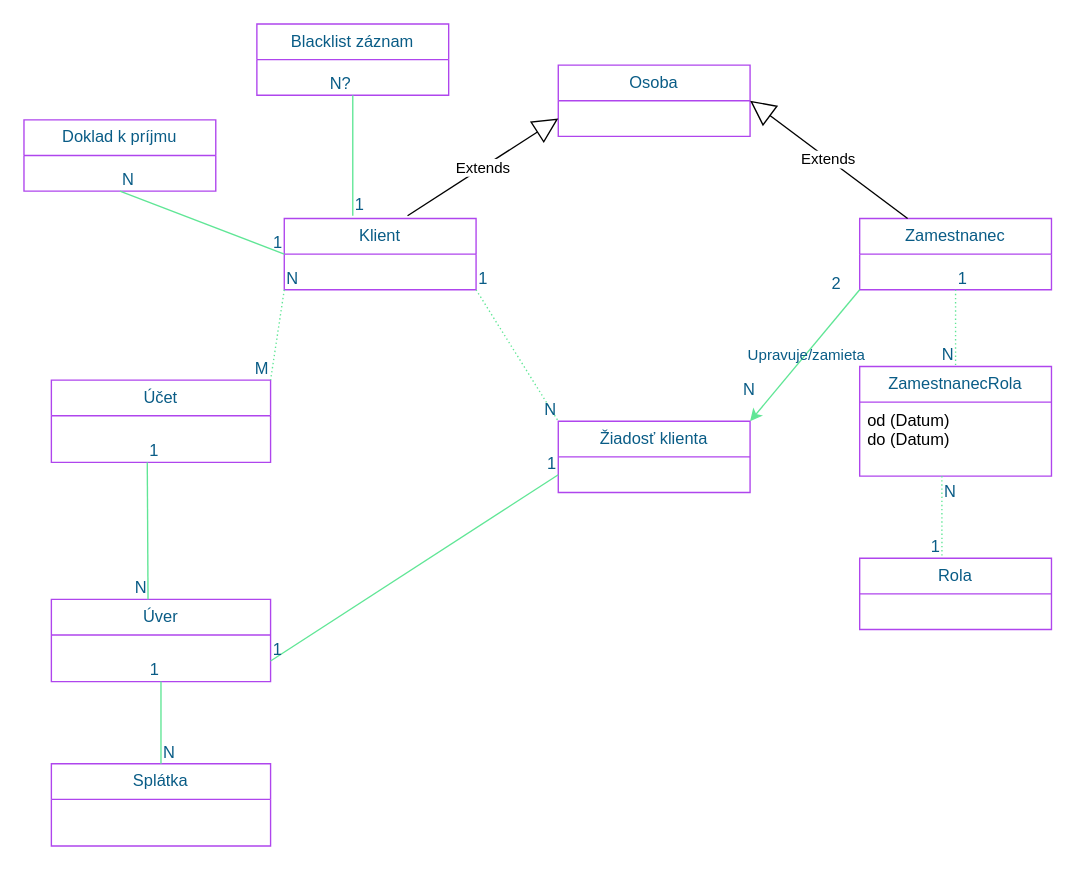
Above: UML/ClassDiagram.drawio in KubkoFrano/VyvojVelkychAplikacii (draw.io), before the change. Source tidied: cells renumbered, new cells numbered last; positions are measured from the earlier drawing's top-left corner, leaving out a move shared by most shapes. Both pictures are drawn from the tidied source at 137%, with x=0, y=0 at pixel (23, 23).
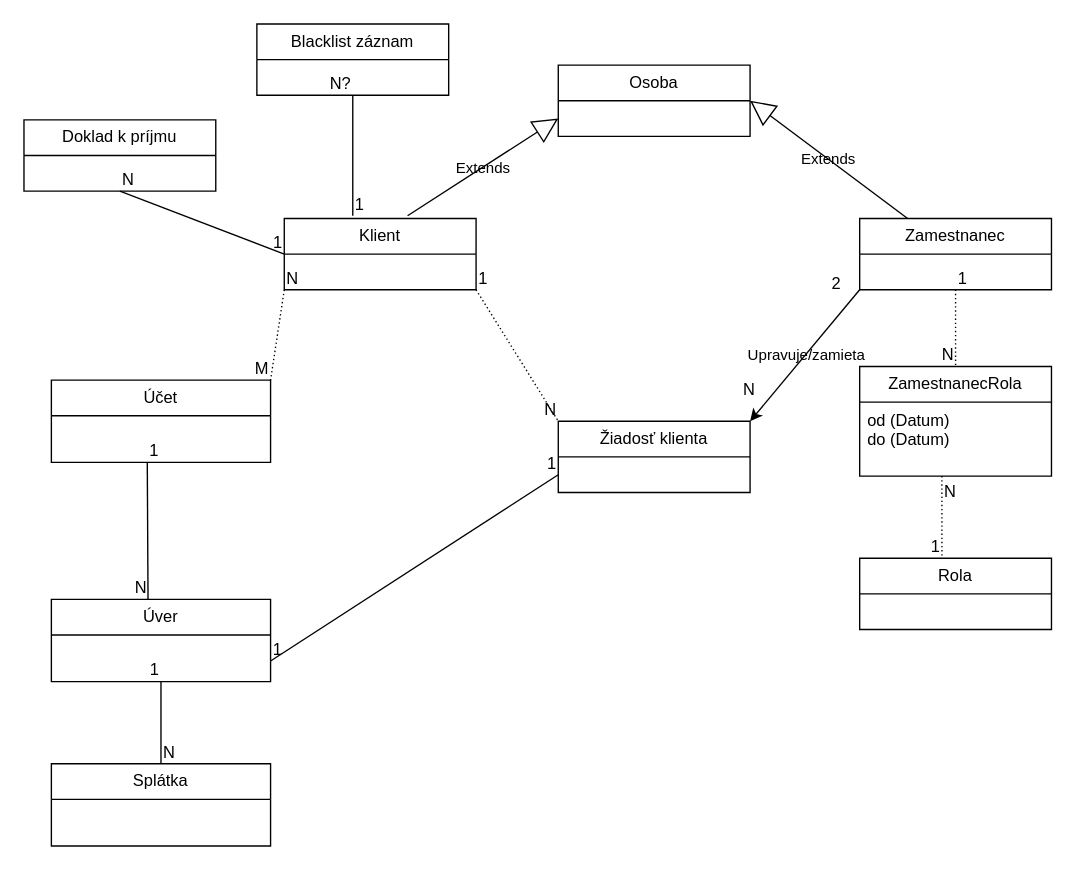
After the change.

Diff of the diagram source:
```diff
@@
-    <mxCell id="2" value="Klient" style="swimlane;fontStyle=0;horizontal=1;startSize=26;fillColor=none;whiteSpace=wrap;html=1;labelBackgroundColor=none;strokeColor=#AF45ED;fontColor=#095C86;" parent="1" vertex="1">
+    <mxCell id="2" value="Klient" style="swimlane;fontStyle=0;horizontal=1;startSize=26;fillColor=none;whiteSpace=wrap;html=1;labelBackgroundColor=none;" parent="1" vertex="1">
       <mxGeometry x="190" y="142" width="140" height="52" as="geometry" />
     </mxCell>
-    <mxCell id="3" value="Žiadosť klienta" style="swimlane;fontStyle=0;horizontal=1;startSize=26;fillColor=none;whiteSpace=wrap;html=1;labelBackgroundColor=none;strokeColor=#AF45ED;fontColor=#095C86;" parent="1" vertex="1">
+    <mxCell id="3" value="Žiadosť klienta" style="swimlane;fontStyle=0;horizontal=1;startSize=26;fillColor=none;whiteSpace=wrap;html=1;labelBackgroundColor=none;" parent="1" vertex="1">
       <mxGeometry x="390" y="290" width="140" height="52" as="geometry" />
     </mxCell>
-    <mxCell id="4" value="Doklad k príjmu" style="swimlane;fontStyle=0;horizontal=1;startSize=26;fillColor=none;whiteSpace=wrap;html=1;labelBackgroundColor=none;strokeColor=#AF45ED;fontColor=#095C86;" parent="1" vertex="1">
+    <mxCell id="4" value="Doklad k príjmu" style="swimlane;fontStyle=0;horizontal=1;startSize=26;fillColor=none;whiteSpace=wrap;html=1;labelBackgroundColor=none;" parent="1" vertex="1">
       <mxGeometry y="70" width="140" height="52" as="geometry" />
     </mxCell>
-    <mxCell id="5" value="Blacklist záznam" style="swimlane;fontStyle=0;horizontal=1;startSize=26;fillColor=none;whiteSpace=wrap;html=1;labelBackgroundColor=none;strokeColor=#AF45ED;fontColor=#095C86;" parent="1" vertex="1">
+    <mxCell id="5" value="Blacklist záznam" style="swimlane;fontStyle=0;horizontal=1;startSize=26;fillColor=none;whiteSpace=wrap;html=1;labelBackgroundColor=none;" parent="1" vertex="1">
       <mxGeometry x="170" width="140" height="52" as="geometry" />
     </mxCell>
-    <mxCell id="6" value="Zamestnanec" style="swimlane;fontStyle=0;horizontal=1;startSize=26;fillColor=none;whiteSpace=wrap;html=1;labelBackgroundColor=none;strokeColor=#AF45ED;fontColor=#095C86;" parent="1" vertex="1">
+    <mxCell id="6" value="Zamestnanec" style="swimlane;fontStyle=0;horizontal=1;startSize=26;fillColor=none;whiteSpace=wrap;html=1;labelBackgroundColor=none;" parent="1" vertex="1">
       <mxGeometry x="610" y="142" width="140" height="52" as="geometry" />
     </mxCell>
-    <mxCell id="7" value="Osoba" style="swimlane;fontStyle=0;horizontal=1;startSize=26;fillColor=none;whiteSpace=wrap;html=1;labelBackgroundColor=none;strokeColor=#AF45ED;fontColor=#095C86;" parent="1" vertex="1">
+    <mxCell id="7" value="Osoba" style="swimlane;fontStyle=0;horizontal=1;startSize=26;fillColor=none;whiteSpace=wrap;html=1;labelBackgroundColor=none;" parent="1" vertex="1">
       <mxGeometry x="390" y="30" width="140" height="52" as="geometry" />
     </mxCell>
-    <mxCell id="8" style="endArrow=none;html=1;rounded=0;dashed=1;dashPattern=1 2;entryX=0;entryY=0;entryDx=0;entryDy=0;exitX=1;exitY=1;exitDx=0;exitDy=0;labelBackgroundColor=none;strokeColor=#60E696;fontColor=default;" parent="1" edge="1" source="2" target="3">
+    <mxCell id="8" style="endArrow=none;html=1;rounded=0;dashed=1;dashPattern=1 2;entryX=0;entryY=0;entryDx=0;entryDy=0;exitX=1;exitY=1;exitDx=0;exitDy=0;labelBackgroundColor=none;fontColor=default;" parent="1" edge="1" source="2" target="3">
       <mxGeometry relative="1" as="geometry" />
     </mxCell>
-    <mxCell id="9" value="1" style="html=1;whiteSpace=wrap;align=left;verticalAlign=bottom;labelBackgroundColor=none;fillColor=#F694C1;strokeColor=#AF45ED;fontColor=#095C86;" parent="8" vertex="1">
+    <mxCell id="9" value="1" style="html=1;whiteSpace=wrap;align=left;verticalAlign=bottom;labelBackgroundColor=none;" parent="8" vertex="1">
       <mxGeometry x="-1" relative="1" as="geometry" />
     </mxCell>
-    <mxCell id="10" value="N" style="html=1;whiteSpace=wrap;align=right;verticalAlign=bottom;labelBackgroundColor=none;fillColor=#F694C1;strokeColor=#AF45ED;fontColor=#095C86;" parent="8" vertex="1">
+    <mxCell id="10" value="N" style="html=1;whiteSpace=wrap;align=right;verticalAlign=bottom;labelBackgroundColor=none;" parent="8" vertex="1">
       <mxGeometry x="1" relative="1" as="geometry" />
     </mxCell>
-    <mxCell id="11" style="endArrow=classic;html=1;rounded=0;exitX=0;exitY=1;exitDx=0;exitDy=0;entryX=1;entryY=0;entryDx=0;entryDy=0;labelBackgroundColor=none;strokeColor=#60E696;fontColor=default;" parent="1" edge="1" source="6" target="3">
+    <mxCell id="11" style="endArrow=classic;html=1;rounded=0;exitX=0;exitY=1;exitDx=0;exitDy=0;entryX=1;entryY=0;entryDx=0;entryDy=0;labelBackgroundColor=none;fontColor=default;" parent="1" edge="1" source="6" target="3">
       <mxGeometry relative="1" as="geometry" />
     </mxCell>
-    <mxCell id="12" value="Upravuje/zamieta" style="edgeLabel;html=1;align=center;verticalAlign=middle;labelBackgroundColor=none;fontColor=#095C86;" parent="11" vertex="1">
+    <mxCell id="12" value="Upravuje/zamieta" style="edgeLabel;html=1;align=center;verticalAlign=middle;labelBackgroundColor=none;" parent="11" vertex="1">
       <mxGeometry relative="1" as="geometry" />
     </mxCell>
-    <mxCell id="13" value="Účet" style="swimlane;fontStyle=0;horizontal=1;startSize=26;fillColor=none;whiteSpace=wrap;html=1;labelBackgroundColor=none;strokeColor=#AF45ED;fontColor=#095C86;" parent="1" vertex="1">
+    <mxCell id="13" value="Účet" style="swimlane;fontStyle=0;horizontal=1;startSize=26;fillColor=none;whiteSpace=wrap;html=1;labelBackgroundColor=none;" parent="1" vertex="1">
       <mxGeometry x="20" y="260" width="160" height="60" as="geometry" />
     </mxCell>
-    <mxCell id="14" style="endArrow=none;html=1;rounded=0;dashed=1;dashPattern=1 2;entryX=1;entryY=0;entryDx=0;entryDy=0;exitX=0;exitY=1;exitDx=0;exitDy=0;labelBackgroundColor=none;strokeColor=#60E696;fontColor=default;" parent="1" edge="1" source="2" target="13">
+    <mxCell id="14" style="endArrow=none;html=1;rounded=0;dashed=1;dashPattern=1 2;entryX=1;entryY=0;entryDx=0;entryDy=0;exitX=0;exitY=1;exitDx=0;exitDy=0;labelBackgroundColor=none;fontColor=default;" parent="1" edge="1" source="2" target="13">
       <mxGeometry relative="1" as="geometry" />
     </mxCell>
-    <mxCell id="15" value="N" style="html=1;whiteSpace=wrap;align=left;verticalAlign=bottom;labelBackgroundColor=none;fillColor=#F694C1;strokeColor=#AF45ED;fontColor=#095C86;" parent="14" vertex="1">
+    <mxCell id="15" value="N" style="html=1;whiteSpace=wrap;align=left;verticalAlign=bottom;labelBackgroundColor=none;" parent="14" vertex="1">
       <mxGeometry x="-1" relative="1" as="geometry" />
     </mxCell>
-    <mxCell id="16" value="M" style="html=1;whiteSpace=wrap;align=right;verticalAlign=bottom;labelBackgroundColor=none;fillColor=#F694C1;strokeColor=#AF45ED;fontColor=#095C86;" parent="14" vertex="1">
+    <mxCell id="16" value="M" style="html=1;whiteSpace=wrap;align=right;verticalAlign=bottom;labelBackgroundColor=none;" parent="14" vertex="1">
       <mxGeometry x="1" relative="1" as="geometry" />
     </mxCell>
-    <mxCell id="17" value="Splátka" style="swimlane;fontStyle=0;horizontal=1;startSize=26;fillColor=none;whiteSpace=wrap;html=1;labelBackgroundColor=none;strokeColor=#AF45ED;fontColor=#095C86;" parent="1" vertex="1">
+    <mxCell id="17" value="Splátka" style="swimlane;fontStyle=0;horizontal=1;startSize=26;fillColor=none;whiteSpace=wrap;html=1;labelBackgroundColor=none;" parent="1" vertex="1">
       <mxGeometry x="20" y="540" width="160" height="60" as="geometry" />
     </mxCell>
-    <mxCell id="18" value="Úver" style="swimlane;fontStyle=0;horizontal=1;startSize=26;fillColor=none;whiteSpace=wrap;html=1;labelBackgroundColor=none;strokeColor=#AF45ED;fontColor=#095C86;" parent="1" vertex="1">
+    <mxCell id="18" value="Úver" style="swimlane;fontStyle=0;horizontal=1;startSize=26;fillColor=none;whiteSpace=wrap;html=1;labelBackgroundColor=none;" parent="1" vertex="1">
       <mxGeometry x="20" y="420" width="160" height="60" as="geometry" />
     </mxCell>
-    <mxCell id="19" value="Extends" style="endArrow=block;endSize=16;endFill=0;html=1;rounded=0;entryX=0;entryY=0.75;entryDx=0;entryDy=0;" parent="1" edge="1" target="7">
+    <mxCell id="19" value="Extends" style="endArrow=block;endSize=16;endFill=0;html=1;rounded=0;entryX=0;entryY=0.75;entryDx=0;entryDy=0;labelBackgroundColor=none;fontColor=default;" parent="1" edge="1" target="7">
       <mxGeometry relative="1" as="geometry">
         <mxPoint x="280" y="140" as="sourcePoint" />
       </mxGeometry>
     </mxCell>
-    <mxCell id="20" value="Extends" style="endArrow=block;endSize=16;endFill=0;html=1;rounded=0;entryX=1;entryY=0.5;entryDx=0;entryDy=0;exitX=0.25;exitY=0;exitDx=0;exitDy=0;" parent="1" edge="1" source="6" target="7">
+    <mxCell id="20" value="Extends" style="endArrow=block;endSize=16;endFill=0;html=1;rounded=0;entryX=1;entryY=0.5;entryDx=0;entryDy=0;exitX=0.25;exitY=0;exitDx=0;exitDy=0;labelBackgroundColor=none;fontColor=default;" parent="1" edge="1" source="6" target="7">
       <mxGeometry relative="1" as="geometry" />
     </mxCell>
-    <mxCell id="21" value="ZamestnanecRola" style="swimlane;fontStyle=0;horizontal=1;startSize=26;fillColor=none;whiteSpace=wrap;html=1;labelBackgroundColor=none;strokeColor=#AF45ED;fontColor=#095C86;" parent="1" vertex="1">
+    <mxCell id="21" value="ZamestnanecRola" style="swimlane;fontStyle=0;horizontal=1;startSize=26;fillColor=none;whiteSpace=wrap;html=1;labelBackgroundColor=none;" parent="1" vertex="1">
       <mxGeometry x="610" y="250" width="140" height="80" as="geometry" />
     </mxCell>
-    <mxCell id="22" value="&lt;div&gt;od (Datum)&lt;/div&gt;&lt;div&gt;do (Datum)&lt;/div&gt;" style="text;strokeColor=none;fillColor=none;align=left;verticalAlign=top;spacingLeft=4;spacingRight=4;overflow=hidden;whiteSpace=wrap;html=1;" parent="21" vertex="1">
+    <mxCell id="22" value="&lt;div&gt;od (Datum)&lt;/div&gt;&lt;div&gt;do (Datum)&lt;/div&gt;" style="text;strokeColor=none;fillColor=none;align=left;verticalAlign=top;spacingLeft=4;spacingRight=4;overflow=hidden;whiteSpace=wrap;html=1;labelBackgroundColor=none;" parent="21" vertex="1">
       <mxGeometry y="26" width="140" height="54" as="geometry" />
     </mxCell>
-    <mxCell id="23" value="Rola" style="swimlane;fontStyle=0;horizontal=1;startSize=26;fillColor=none;whiteSpace=wrap;html=1;labelBackgroundColor=none;strokeColor=#AF45ED;fontColor=#095C86;" parent="1" vertex="1">
+    <mxCell id="23" value="Rola" style="swimlane;fontStyle=0;horizontal=1;startSize=26;fillColor=none;whiteSpace=wrap;html=1;labelBackgroundColor=none;" parent="1" vertex="1">
       <mxGeometry x="610" y="390" width="140" height="52" as="geometry" />
     </mxCell>
-    <mxCell id="24" style="endArrow=none;html=1;rounded=0;dashed=1;dashPattern=1 2;labelBackgroundColor=none;strokeColor=#60E696;fontColor=default;entryX=0.429;entryY=0;entryDx=0;entryDy=0;entryPerimeter=0;" parent="1" edge="1" target="23">
+    <mxCell id="24" style="endArrow=none;html=1;rounded=0;dashed=1;dashPattern=1 2;labelBackgroundColor=none;fontColor=default;entryX=0.429;entryY=0;entryDx=0;entryDy=0;entryPerimeter=0;" parent="1" edge="1" target="23">
       <mxGeometry relative="1" as="geometry">
         <mxPoint x="670" y="330" as="sourcePoint" />
       </mxGeometry>
     </mxCell>
-    <mxCell id="25" value="N" style="html=1;whiteSpace=wrap;align=left;verticalAlign=bottom;labelBackgroundColor=none;fillColor=#F694C1;strokeColor=#AF45ED;fontColor=#095C86;" parent="24" vertex="1">
+    <mxCell id="25" value="N" style="html=1;whiteSpace=wrap;align=left;verticalAlign=bottom;labelBackgroundColor=none;" parent="24" vertex="1">
       <mxGeometry x="-1" relative="1" as="geometry">
         <mxPoint y="20" as="offset" />
       </mxGeometry>
     </mxCell>
-    <mxCell id="26" value="1" style="html=1;whiteSpace=wrap;align=right;verticalAlign=bottom;labelBackgroundColor=none;fillColor=#F694C1;strokeColor=#AF45ED;fontColor=#095C86;" parent="24" vertex="1">
+    <mxCell id="26" value="1" style="html=1;whiteSpace=wrap;align=right;verticalAlign=bottom;labelBackgroundColor=none;" parent="24" vertex="1">
       <mxGeometry x="1" relative="1" as="geometry" />
     </mxCell>
-    <mxCell id="27" style="endArrow=none;html=1;rounded=0;dashed=1;dashPattern=1 2;exitX=0.5;exitY=1;exitDx=0;exitDy=0;labelBackgroundColor=none;strokeColor=#60E696;fontColor=default;entryX=0.5;entryY=0;entryDx=0;entryDy=0;" parent="1" edge="1" source="6" target="21">
+    <mxCell id="27" style="endArrow=none;html=1;rounded=0;dashed=1;dashPattern=1 2;exitX=0.5;exitY=1;exitDx=0;exitDy=0;labelBackgroundColor=none;fontColor=default;entryX=0.5;entryY=0;entryDx=0;entryDy=0;" parent="1" edge="1" source="6" target="21">
       <mxGeometry relative="1" as="geometry" />
     </mxCell>
-    <mxCell id="28" value="1" style="html=1;whiteSpace=wrap;align=left;verticalAlign=bottom;labelBackgroundColor=none;fillColor=#F694C1;strokeColor=#AF45ED;fontColor=#095C86;" parent="27" vertex="1">
+    <mxCell id="28" value="1" style="html=1;whiteSpace=wrap;align=left;verticalAlign=bottom;labelBackgroundColor=none;" parent="27" vertex="1">
       <mxGeometry x="-1" relative="1" as="geometry" />
     </mxCell>
-    <mxCell id="29" value="N" style="html=1;whiteSpace=wrap;align=right;verticalAlign=bottom;labelBackgroundColor=none;fillColor=#F694C1;strokeColor=#AF45ED;fontColor=#095C86;" parent="27" vertex="1">
+    <mxCell id="29" value="N" style="html=1;whiteSpace=wrap;align=right;verticalAlign=bottom;labelBackgroundColor=none;" parent="27" vertex="1">
       <mxGeometry x="1" relative="1" as="geometry" />
     </mxCell>
-    <mxCell id="30" value="2" style="html=1;whiteSpace=wrap;align=left;verticalAlign=bottom;labelBackgroundColor=none;fillColor=#F694C1;strokeColor=#AF45ED;fontColor=#095C86;" parent="1" vertex="1">
+    <mxCell id="30" value="2" style="html=1;whiteSpace=wrap;align=left;verticalAlign=bottom;labelBackgroundColor=none;" parent="1" vertex="1">
       <mxGeometry x="590" y="194" as="geometry">
         <mxPoint x="-2" y="4" as="offset" />
       </mxGeometry>
     </mxCell>
-    <mxCell id="31" value="N" style="html=1;whiteSpace=wrap;align=right;verticalAlign=bottom;labelBackgroundColor=none;fillColor=#F694C1;strokeColor=#AF45ED;fontColor=#095C86;" parent="1" vertex="1">
+    <mxCell id="31" value="N" style="html=1;whiteSpace=wrap;align=right;verticalAlign=bottom;labelBackgroundColor=none;" parent="1" vertex="1">
       <mxGeometry x="490" y="250" as="geometry">
         <mxPoint x="45" y="25" as="offset" />
       </mxGeometry>
     </mxCell>
-    <mxCell id="32" style="endArrow=none;html=1;rounded=0;entryX=0;entryY=0.5;entryDx=0;entryDy=0;exitX=0.5;exitY=1;exitDx=0;exitDy=0;labelBackgroundColor=none;strokeColor=#60E696;fontColor=default;" parent="1" edge="1" source="4" target="2">
+    <mxCell id="32" style="endArrow=none;html=1;rounded=0;entryX=0;entryY=0.5;entryDx=0;entryDy=0;exitX=0.5;exitY=1;exitDx=0;exitDy=0;labelBackgroundColor=none;fontColor=default;" parent="1" edge="1" source="4" target="2">
       <mxGeometry relative="1" as="geometry" />
     </mxCell>
-    <mxCell id="33" value="N" style="html=1;whiteSpace=wrap;align=left;verticalAlign=bottom;labelBackgroundColor=none;fillColor=#F694C1;strokeColor=#AF45ED;fontColor=#095C86;" parent="32" vertex="1">
+    <mxCell id="33" value="N" style="html=1;whiteSpace=wrap;align=left;verticalAlign=bottom;labelBackgroundColor=none;" parent="32" vertex="1">
       <mxGeometry x="-1" relative="1" as="geometry" />
     </mxCell>
-    <mxCell id="34" value="1" style="html=1;whiteSpace=wrap;align=right;verticalAlign=bottom;labelBackgroundColor=none;fillColor=#F694C1;strokeColor=#AF45ED;fontColor=#095C86;" parent="32" vertex="1">
+    <mxCell id="34" value="1" style="html=1;whiteSpace=wrap;align=right;verticalAlign=bottom;labelBackgroundColor=none;" parent="32" vertex="1">
       <mxGeometry x="1" relative="1" as="geometry" />
     </mxCell>
-    <mxCell id="35" style="endArrow=none;html=1;rounded=0;entryX=0.441;entryY=0;entryDx=0;entryDy=0;labelBackgroundColor=none;strokeColor=#60E696;fontColor=default;entryPerimeter=0;" parent="1" edge="1" target="18">
+    <mxCell id="35" style="endArrow=none;html=1;rounded=0;entryX=0.441;entryY=0;entryDx=0;entryDy=0;labelBackgroundColor=none;fontColor=default;entryPerimeter=0;" parent="1" edge="1" target="18">
       <mxGeometry relative="1" as="geometry">
         <mxPoint x="90" y="320" as="sourcePoint" />
       </mxGeometry>
     </mxCell>
-    <mxCell id="36" value="1" style="html=1;whiteSpace=wrap;align=left;verticalAlign=bottom;labelBackgroundColor=none;fillColor=#F694C1;strokeColor=#AF45ED;fontColor=#095C86;" parent="35" vertex="1">
+    <mxCell id="36" value="1" style="html=1;whiteSpace=wrap;align=left;verticalAlign=bottom;labelBackgroundColor=none;" parent="35" vertex="1">
       <mxGeometry x="-1" relative="1" as="geometry" />
     </mxCell>
-    <mxCell id="37" value="N" style="html=1;whiteSpace=wrap;align=right;verticalAlign=bottom;labelBackgroundColor=none;fillColor=#F694C1;strokeColor=#AF45ED;fontColor=#095C86;" parent="35" vertex="1">
+    <mxCell id="37" value="N" style="html=1;whiteSpace=wrap;align=right;verticalAlign=bottom;labelBackgroundColor=none;" parent="35" vertex="1">
       <mxGeometry x="1" relative="1" as="geometry" />
     </mxCell>
-    <mxCell id="38" style="endArrow=none;html=1;rounded=0;entryX=0;entryY=0.75;entryDx=0;entryDy=0;exitX=1;exitY=0.75;exitDx=0;exitDy=0;labelBackgroundColor=none;strokeColor=#60E696;fontColor=default;" parent="1" edge="1" source="18" target="3">
+    <mxCell id="38" style="endArrow=none;html=1;rounded=0;entryX=0;entryY=0.75;entryDx=0;entryDy=0;exitX=1;exitY=0.75;exitDx=0;exitDy=0;labelBackgroundColor=none;fontColor=default;" parent="1" edge="1" source="18" target="3">
       <mxGeometry relative="1" as="geometry" />
     </mxCell>
-    <mxCell id="39" value="1" style="html=1;whiteSpace=wrap;align=left;verticalAlign=bottom;labelBackgroundColor=none;fillColor=#F694C1;strokeColor=#AF45ED;fontColor=#095C86;" parent="38" vertex="1">
+    <mxCell id="39" value="1" style="html=1;whiteSpace=wrap;align=left;verticalAlign=bottom;labelBackgroundColor=none;" parent="38" vertex="1">
       <mxGeometry x="-1" relative="1" as="geometry" />
     </mxCell>
-    <mxCell id="40" value="1" style="html=1;whiteSpace=wrap;align=right;verticalAlign=bottom;labelBackgroundColor=none;fillColor=#F694C1;strokeColor=#AF45ED;fontColor=#095C86;" parent="38" vertex="1">
+    <mxCell id="40" value="1" style="html=1;whiteSpace=wrap;align=right;verticalAlign=bottom;labelBackgroundColor=none;" parent="38" vertex="1">
       <mxGeometry x="1" relative="1" as="geometry" />
     </mxCell>
-    <mxCell id="41" style="endArrow=none;html=1;rounded=0;entryX=0.5;entryY=1;entryDx=0;entryDy=0;exitX=0.5;exitY=0;exitDx=0;exitDy=0;labelBackgroundColor=none;strokeColor=#60E696;fontColor=default;" parent="1" edge="1" source="17" target="18">
+    <mxCell id="41" style="endArrow=none;html=1;rounded=0;entryX=0.5;entryY=1;entryDx=0;entryDy=0;exitX=0.5;exitY=0;exitDx=0;exitDy=0;labelBackgroundColor=none;fontColor=default;" parent="1" edge="1" source="17" target="18">
       <mxGeometry relative="1" as="geometry" />
     </mxCell>
-    <mxCell id="42" value="N" style="html=1;whiteSpace=wrap;align=left;verticalAlign=bottom;labelBackgroundColor=none;fillColor=#F694C1;strokeColor=#AF45ED;fontColor=#095C86;" parent="41" vertex="1">
+    <mxCell id="42" value="N" style="html=1;whiteSpace=wrap;align=left;verticalAlign=bottom;labelBackgroundColor=none;" parent="41" vertex="1">
       <mxGeometry x="-1" relative="1" as="geometry" />
     </mxCell>
-    <mxCell id="43" value="1" style="html=1;whiteSpace=wrap;align=right;verticalAlign=bottom;labelBackgroundColor=none;fillColor=#F694C1;strokeColor=#AF45ED;fontColor=#095C86;" parent="41" vertex="1">
+    <mxCell id="43" value="1" style="html=1;whiteSpace=wrap;align=right;verticalAlign=bottom;labelBackgroundColor=none;" parent="41" vertex="1">
       <mxGeometry x="1" relative="1" as="geometry" />
     </mxCell>
-    <mxCell id="44" style="endArrow=none;html=1;rounded=0;entryX=0.5;entryY=1;entryDx=0;entryDy=0;labelBackgroundColor=none;strokeColor=#60E696;fontColor=default;" parent="1" edge="1" target="5">
+    <mxCell id="44" style="endArrow=none;html=1;rounded=0;entryX=0.5;entryY=1;entryDx=0;entryDy=0;labelBackgroundColor=none;fontColor=default;" parent="1" edge="1" target="5">
       <mxGeometry relative="1" as="geometry">
         <mxPoint x="240" y="140" as="sourcePoint" />
       </mxGeometry>
     </mxCell>
-    <mxCell id="45" value="1" style="html=1;whiteSpace=wrap;align=left;verticalAlign=bottom;labelBackgroundColor=none;fillColor=#F694C1;strokeColor=#AF45ED;fontColor=#095C86;" parent="44" vertex="1">
+    <mxCell id="45" value="1" style="html=1;whiteSpace=wrap;align=left;verticalAlign=bottom;labelBackgroundColor=none;" parent="44" vertex="1">
       <mxGeometry x="-1" relative="1" as="geometry" />
     </mxCell>
-    <mxCell id="46" value="N?" style="html=1;whiteSpace=wrap;align=right;verticalAlign=bottom;labelBackgroundColor=none;fillColor=#F694C1;strokeColor=#AF45ED;fontColor=#095C86;" parent="44" vertex="1">
+    <mxCell id="46" value="N?" style="html=1;whiteSpace=wrap;align=right;verticalAlign=bottom;labelBackgroundColor=none;" parent="44" vertex="1">
       <mxGeometry x="1" relative="1" as="geometry" />
     </mxCell>
```
